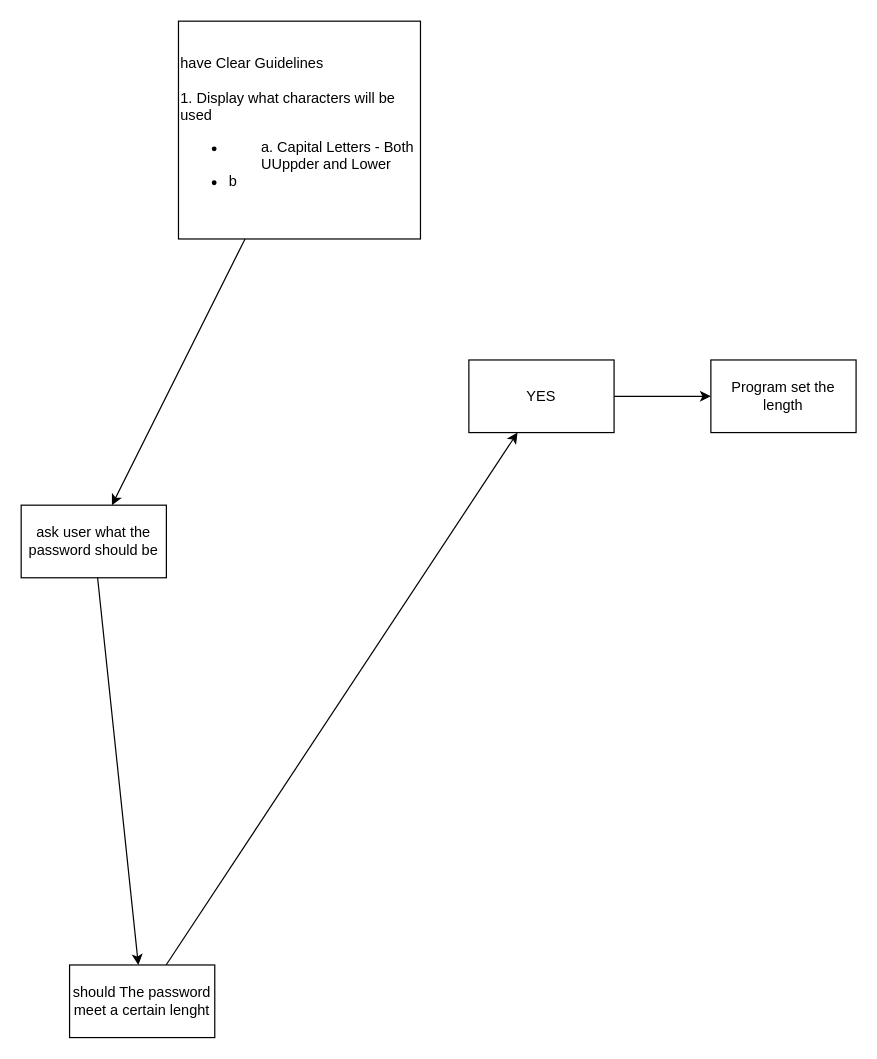
aweyandt/Cyber-Security keeps this draw.io diagram as Cyber-Sec/Randomized_Passowrd/thoughts.drawio. Above is the earlier version. Source tidied: cells renumbered, new cells numbered last; positions are measured from the earlier drawing's top-left corner, leaving out a move shared by most shapes. Both pictures are drawn from the tidied source at 121%, with x=0, y=0 at pixel (21, 21).
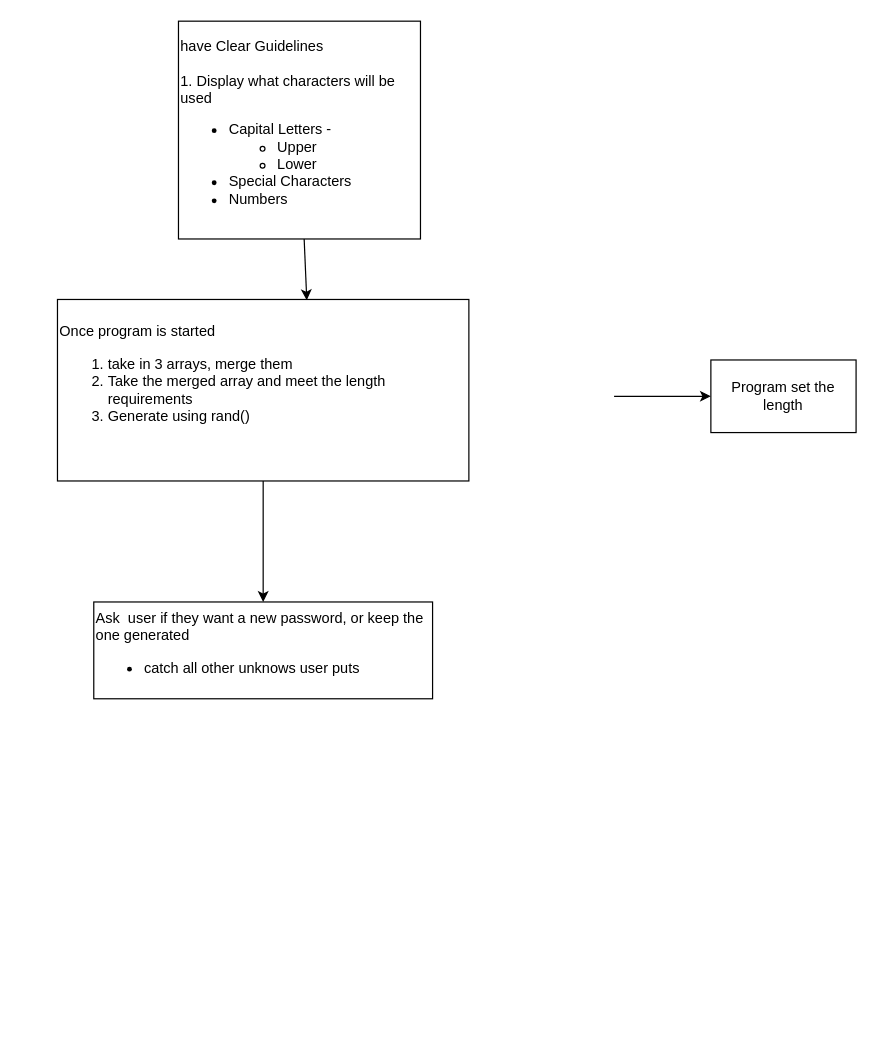
The same page after the edit.

Change to the diagram source:
```diff
@@
 <mxGraphModel>
   <root>
     <mxCell id="0" />
     <mxCell id="1" parent="0" />
-    <mxCell id="2" style="edgeStyle=none;html=1;" parent="1" edge="1" source="3" target="5">
-      <mxGeometry relative="1" as="geometry" />
-    </mxCell>
+    <mxCell id="11" style="edgeStyle=none;html=1;entryX=0.606;entryY=0.004;entryDx=0;entryDy=0;entryPerimeter=0;" parent="1" edge="1" source="3" target="7">
+      <mxGeometry relative="1" as="geometry" />
+    </mxCell>
-    <mxCell id="3" value="have Clear Guidelines&lt;br&gt;&lt;br&gt;1. Display what characters will be used&lt;br&gt;&lt;ul&gt;&lt;li&gt;&lt;span style=&quot;white-space: pre;&quot;&gt;&#9;&lt;/span&gt;a. Capital Letters - Both &lt;span style=&quot;white-space: pre;&quot;&gt;&#9;&lt;/span&gt;UUppder and Lower&lt;/li&gt;&lt;li&gt;&lt;span style=&quot;background-color: initial;&quot;&gt;b&lt;/span&gt;&lt;/li&gt;&lt;/ul&gt;" style="whiteSpace=wrap;html=1;align=left;" parent="1" vertex="1">
+    <mxCell id="3" value="have Clear Guidelines&lt;br&gt;&lt;br&gt;1. Display what characters will be used&lt;br&gt;&lt;ul&gt;&lt;li&gt;Capital Letters -&lt;/li&gt;&lt;ul&gt;&lt;li&gt;Upper&lt;/li&gt;&lt;li&gt;Lower&lt;/li&gt;&lt;/ul&gt;&lt;li&gt;Special Characters&lt;/li&gt;&lt;li&gt;Numbers&lt;/li&gt;&lt;/ul&gt;" style="whiteSpace=wrap;html=1;align=left;" parent="1" vertex="1">
       <mxGeometry x="130" width="200" height="180" as="geometry" />
     </mxCell>
-    <mxCell id="4" style="edgeStyle=none;html=1;" parent="1" edge="1" source="5" target="7">
-      <mxGeometry relative="1" as="geometry" />
-    </mxCell>
-    <mxCell id="5" value="ask user what the password should be" style="whiteSpace=wrap;html=1;" parent="1" vertex="1">
-      <mxGeometry y="400" width="120" height="60" as="geometry" />
-    </mxCell>
-    <mxCell id="6" style="edgeStyle=none;html=1;" parent="1" edge="1" source="7" target="9">
-      <mxGeometry relative="1" as="geometry" />
-    </mxCell>
+    <mxCell id="12" style="edgeStyle=none;html=1;entryX=0.5;entryY=0;entryDx=0;entryDy=0;" parent="1" edge="1" source="7" target="13">
+      <mxGeometry relative="1" as="geometry" />
+    </mxCell>
-    <mxCell id="7" value="should The password meet a certain lenght" style="whiteSpace=wrap;html=1;" parent="1" vertex="1">
-      <mxGeometry x="40" y="780" width="120" height="60" as="geometry" />
+    <mxCell id="7" value="Once program is started&lt;br&gt;&lt;ol&gt;&lt;li&gt;take in 3 arrays, merge them&lt;br&gt;&lt;/li&gt;&lt;li&gt;Take the merged array and meet the length requirements&lt;/li&gt;&lt;li&gt;Generate using rand()&lt;br&gt;&lt;br&gt;&lt;/li&gt;&lt;/ol&gt;" style="whiteSpace=wrap;html=1;align=left;" parent="1" vertex="1">
+      <mxGeometry x="30" y="230" width="340" height="150" as="geometry" />
     </mxCell>
-    <mxCell id="8" style="edgeStyle=none;html=1;" parent="1" edge="1" source="9" target="10">
-      <mxGeometry relative="1" as="geometry" />
+    <mxCell id="8" style="edgeStyle=none;html=1;" parent="1" edge="1" target="10">
+      <mxGeometry relative="1" as="geometry">
+        <mxPoint x="490" y="310" as="sourcePoint" />
+      </mxGeometry>
     </mxCell>
-    <mxCell id="9" value="YES" style="whiteSpace=wrap;html=1;" parent="1" vertex="1">
-      <mxGeometry x="370" y="280" width="120" height="60" as="geometry" />
-    </mxCell>
     <mxCell id="10" value="Program set the length" style="whiteSpace=wrap;html=1;" parent="1" vertex="1">
       <mxGeometry x="570" y="280" width="120" height="60" as="geometry" />
     </mxCell>
+    <mxCell id="13" value="Ask&amp;nbsp; user if they want a new password, or keep the one generated&lt;br&gt;&lt;ul&gt;&lt;li&gt;catch all other unknows user puts&lt;/li&gt;&lt;/ul&gt;" style="whiteSpace=wrap;html=1;align=left;" parent="1" vertex="1">
+      <mxGeometry x="60" y="480" width="280" height="80" as="geometry" />
+    </mxCell>
   </root>
 </mxGraphModel>
```
